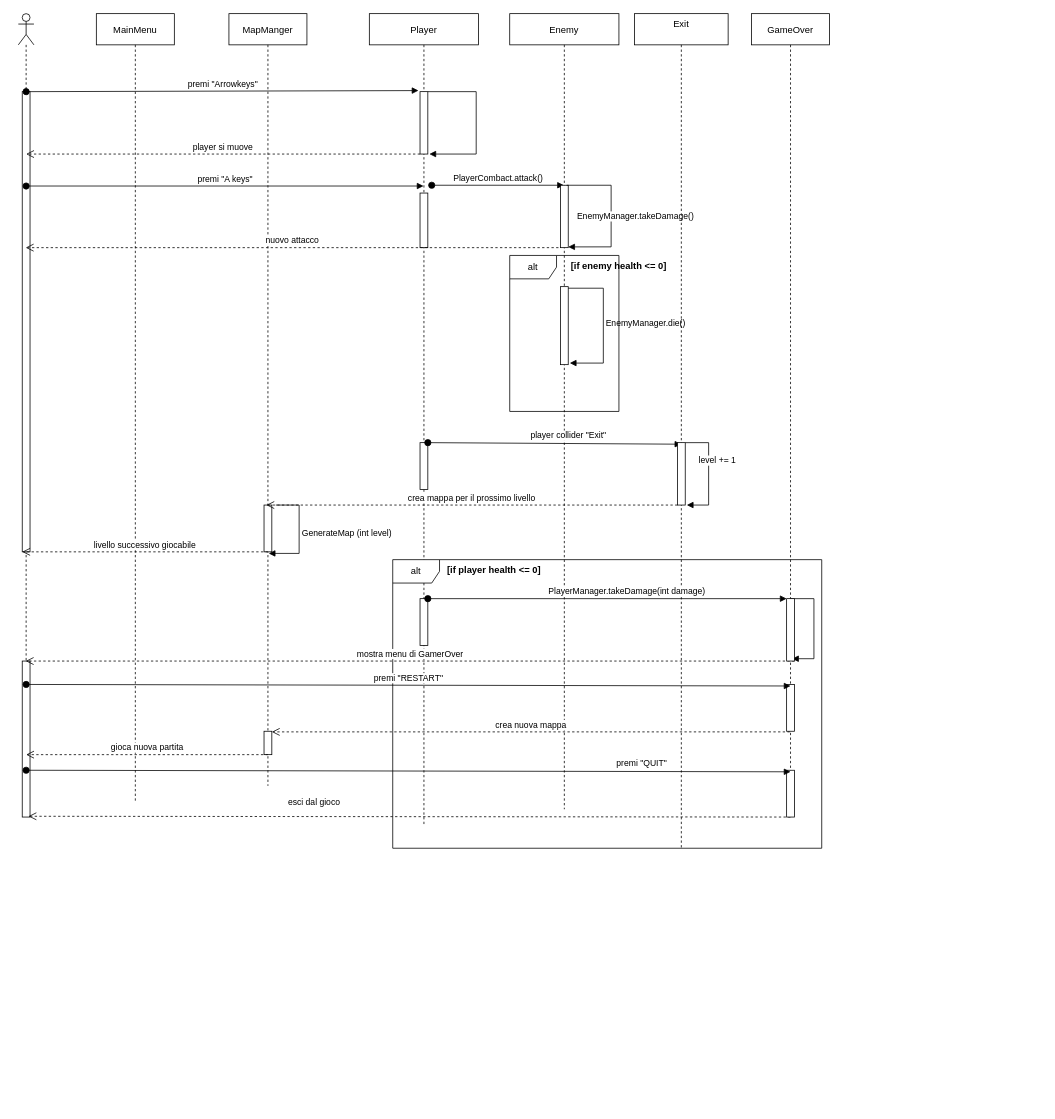
Above: sequence Diagram scene map.drawio in Francesco7760/UNITY_PROJECT_EXAM (draw.io), before the change. Source tidied: cells renumbered, new cells numbered last; positions are measured from the earlier drawing's top-left corner, leaving out a move shared by most shapes. Both pictures are drawn from the tidied source at 78%, with x=0, y=0 at pixel (18, 13).
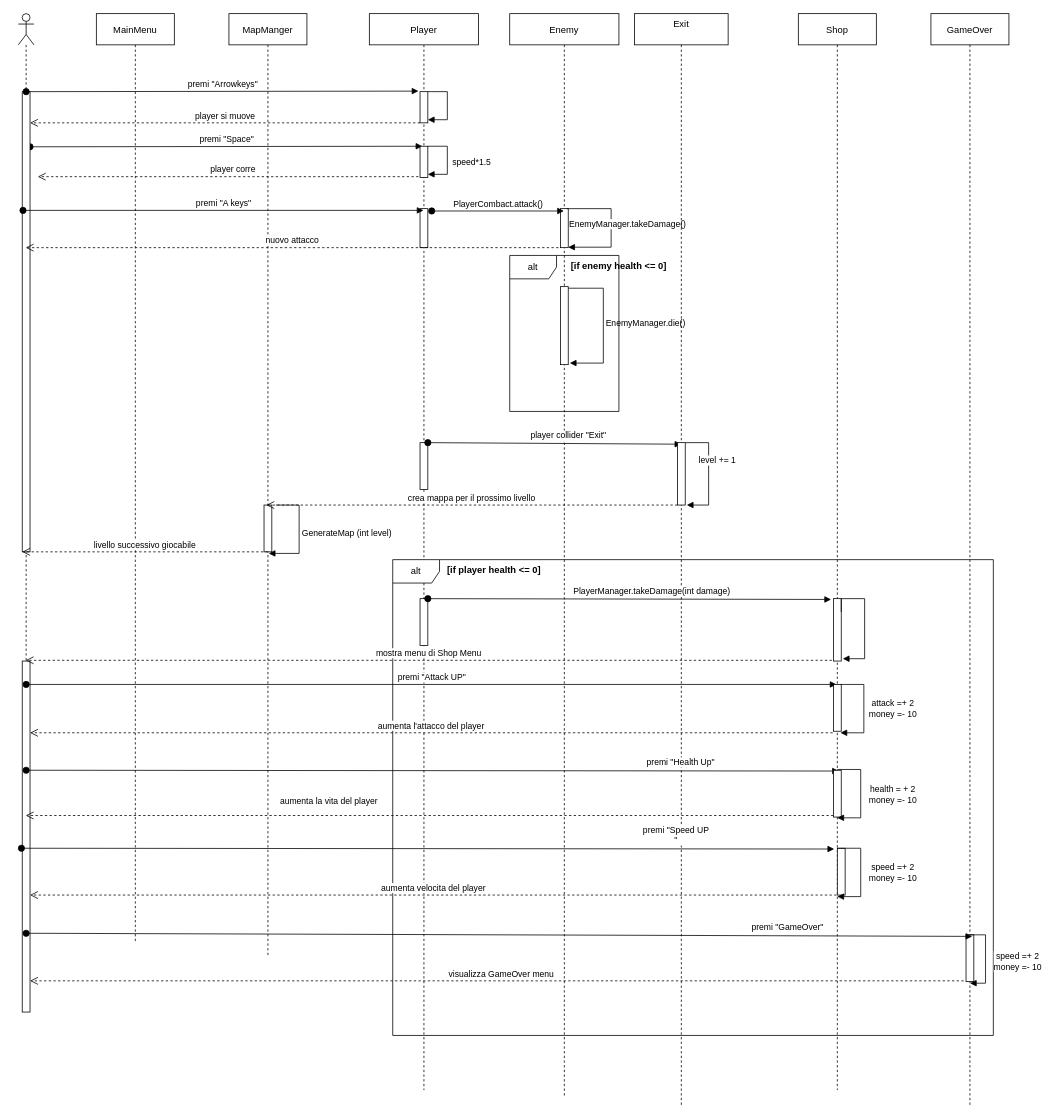
The same diagram, later.

Unchanged cells that the change refers to:
```xml
<mxCell id="21" style="points=[];perimeter=orthogonalPerimeter;rounded=0;shadow=0;strokeWidth=1;" parent="20" vertex="1">
  <mxGeometry x="5" y="100" width="10" height="590" as="geometry" />
</mxCell>
```

What changed in the source:
```diff
@@
     <mxCell id="2" value="MainMenu" style="shape=umlLifeline;perimeter=lifelinePerimeter;rounded=0;shadow=0;strokeWidth=1;" parent="1" vertex="1">
-      <mxGeometry x="100" width="100" height="1010" as="geometry" />
+      <mxGeometry x="100" width="100" height="1190" as="geometry" />
     </mxCell>
+    <mxCell id="51" value="premi &quot;Space&quot;" style="html=1;verticalAlign=bottom;startArrow=oval;startFill=1;endArrow=block;startSize=8;rounded=0;entryX=-0.2;entryY=-0.017;entryDx=0;entryDy=0;entryPerimeter=0;" parent="2" edge="1">
+      <mxGeometry relative="1" as="geometry">
+        <mxPoint x="-85" y="170.7" as="sourcePoint" />
+        <mxPoint x="418" y="170" as="targetPoint" />
+      </mxGeometry>
+    </mxCell>
     <mxCell id="3" value="MapManger" style="shape=umlLifeline;perimeter=lifelinePerimeter;rounded=0;shadow=0;strokeWidth=1;" parent="1" vertex="1">
-      <mxGeometry x="270" width="100" height="990" as="geometry" />
+      <mxGeometry x="270" width="100" height="1210" as="geometry" />
     </mxCell>
@@
+    <mxCell id="52" value="player corre" style="html=1;verticalAlign=bottom;endArrow=open;dashed=1;endSize=8;rounded=0;" parent="3" edge="1">
+      <mxGeometry relative="1" as="geometry">
+        <mxPoint x="255" y="209" as="sourcePoint" />
+        <mxPoint x="-245" y="209" as="targetPoint" />
+        <Array as="points">
+          <mxPoint x="-170" y="209" />
+        </Array>
+      </mxGeometry>
+    </mxCell>
     <mxCell id="5" value="Player" style="shape=umlLifeline;perimeter=lifelinePerimeter;rounded=0;shadow=0;strokeWidth=1;" parent="1" vertex="1">
-      <mxGeometry x="450" width="140" height="1040" as="geometry" />
+      <mxGeometry x="450" width="140" height="1380" as="geometry" />
     </mxCell>
     <mxCell id="6" style="points=[];perimeter=orthogonalPerimeter;rounded=0;shadow=0;strokeWidth=1;" parent="5" vertex="1">
-      <mxGeometry x="65" y="100" width="10" height="80" as="geometry" />
+      <mxGeometry x="65" y="100" width="10" height="40" as="geometry" />
     </mxCell>
     <mxCell id="7" style="perimeter=orthogonalPerimeter;rounded=0;shadow=0;strokeWidth=1;" parent="5" vertex="1">
-      <mxGeometry x="65" y="230" width="10" height="70" as="geometry" />
+      <mxGeometry x="65" y="250" width="10" height="50" as="geometry" />
     </mxCell>
-    <mxCell id="8" value="&lt;div&gt;PlayerCombact.attack()&lt;/div&gt;" style="html=1;verticalAlign=bottom;startArrow=oval;startFill=1;endArrow=block;startSize=8;rounded=0;" parent="5" edge="1" target="11">
-      <mxGeometry relative="1" as="geometry">
-        <mxPoint x="80" y="220" as="sourcePoint" />
-      </mxGeometry>
-    </mxCell>
@@
-    <mxCell id="10" style="edgeStyle=orthogonalEdgeStyle;html=1;align=left;spacingLeft=2;endArrow=block;rounded=0;labelBackgroundColor=default;labelBorderColor=none;" parent="5" edge="1">
+    <mxCell id="10" style="edgeStyle=orthogonalEdgeStyle;html=1;align=left;spacingLeft=2;endArrow=block;rounded=0;labelBackgroundColor=default;labelBorderColor=none;entryX=1;entryY=0.9;entryDx=0;entryDy=0;entryPerimeter=0;" parent="5" edge="1" target="6">
       <mxGeometry relative="1" as="geometry">
         <mxPoint x="75" y="100" as="sourcePoint" />
-        <mxPoint x="77" y="180" as="targetPoint" />
         <Array as="points">
-          <mxPoint x="137" y="100" />
-          <mxPoint x="137" y="180" />
+          <mxPoint x="100" y="100" />
+          <mxPoint x="100" y="136" />
         </Array>
       </mxGeometry>
     </mxCell>
+    <mxCell id="53" style="perimeter=orthogonalPerimeter;rounded=0;shadow=0;strokeWidth=1;" parent="5" vertex="1">
+      <mxGeometry x="65" y="170" width="10" height="40" as="geometry" />
+    </mxCell>
+    <mxCell id="54" style="edgeStyle=orthogonalEdgeStyle;html=1;align=left;spacingLeft=2;endArrow=block;rounded=0;labelBackgroundColor=default;labelBorderColor=none;entryX=1;entryY=0.9;entryDx=0;entryDy=0;entryPerimeter=0;" parent="5" edge="1">
+      <mxGeometry relative="1" as="geometry">
+        <mxPoint x="75" y="170" as="sourcePoint" />
+        <mxPoint x="75" y="206" as="targetPoint" />
+        <Array as="points">
+          <mxPoint x="100" y="170" />
+          <mxPoint x="100" y="206" />
+        </Array>
+      </mxGeometry>
+    </mxCell>
+    <mxCell id="55" value="speed*1.5" style="edgeLabel;html=1;align=center;verticalAlign=middle;" parent="54" vertex="1">
+      <mxGeometry x="-0.21" y="1" relative="1" as="geometry">
+        <mxPoint x="29" y="11" as="offset" />
+      </mxGeometry>
+    </mxCell>
     <mxCell id="11" value="Enemy" style="shape=umlLifeline;perimeter=lifelinePerimeter;rounded=0;shadow=0;strokeWidth=1;" parent="1" vertex="1">
-      <mxGeometry x="630" width="140" height="1020" as="geometry" />
+      <mxGeometry x="630" width="140" height="1390" as="geometry" />
     </mxCell>
     <mxCell id="12" style="points=[];perimeter=orthogonalPerimeter;rounded=0;shadow=0;strokeWidth=1;" parent="11" vertex="1">
-      <mxGeometry x="65" y="220" width="10" height="80" as="geometry" />
+      <mxGeometry x="65" y="250" width="10" height="50" as="geometry" />
     </mxCell>
@@
     <mxCell id="16" style="edgeStyle=orthogonalEdgeStyle;html=1;align=left;spacingLeft=2;endArrow=block;rounded=0;labelBackgroundColor=default;labelBorderColor=none;entryX=1;entryY=0.988;entryDx=0;entryDy=0;entryPerimeter=0;exitX=0.8;exitY=0;exitDx=0;exitDy=0;exitPerimeter=0;" parent="11" edge="1" source="12" target="12">
       <mxGeometry relative="1" as="geometry">
         <Array as="points">
-          <mxPoint x="130" y="220" />
+          <mxPoint x="130" y="250" />
           <mxPoint x="130" y="299" />
         </Array>
       </mxGeometry>
     </mxCell>
     <mxCell id="17" value="EnemyManager.takeDamage()" style="edgeLabel;html=1;align=center;verticalAlign=middle;" parent="16" vertex="1">
       <mxGeometry x="-0.19" y="3" relative="1" as="geometry">
-        <mxPoint x="27" y="19" as="offset" />
+        <mxPoint x="17" y="11" as="offset" />
       </mxGeometry>
     </mxCell>
@@
     <mxCell id="20" style="shape=umlLifeline;participant=umlActor;perimeter=lifelinePerimeter;whiteSpace=wrap;html=1;verticalAlign=top;spacingTop=36;outlineConnect=0;" parent="1" vertex="1">
-      <mxGeometry width="20" height="1030" as="geometry" />
+      <mxGeometry width="20" height="1280" as="geometry" />
     </mxCell>
@@
     <mxCell id="23" style="points=[];perimeter=orthogonalPerimeter;rounded=0;shadow=0;strokeWidth=1;" parent="20" vertex="1">
-      <mxGeometry x="5" y="830" width="10" height="200" as="geometry" />
+      <mxGeometry x="5" y="830" width="10" height="450" as="geometry" />
     </mxCell>
     <mxCell id="24" value="Exit&#10;" style="shape=umlLifeline;perimeter=lifelinePerimeter;rounded=0;shadow=0;strokeWidth=1;" parent="1" vertex="1">
-      <mxGeometry x="790" width="120" height="1070" as="geometry" />
+      <mxGeometry x="790" width="120" height="1400" as="geometry" />
     </mxCell>
@@
     <mxCell id="26" value="&lt;div&gt;alt&lt;/div&gt;" style="shape=umlFrame;whiteSpace=wrap;html=1;direction=east;" parent="24" vertex="1">
-      <mxGeometry x="-310" y="700" width="550" height="370" as="geometry" />
+      <mxGeometry x="-310" y="700" width="770" height="610" as="geometry" />
     </mxCell>
@@
-    <mxCell id="32" value="PlayerManager.takeDamage(int damage)" style="html=1;verticalAlign=bottom;startArrow=oval;startFill=1;endArrow=block;startSize=8;rounded=0;entryX=0;entryY=0;entryDx=0;entryDy=0;entryPerimeter=0;" parent="24" edge="1" target="37">
+    <mxCell id="32" value="PlayerManager.takeDamage(int damage)" style="html=1;verticalAlign=bottom;startArrow=oval;startFill=1;endArrow=block;startSize=8;rounded=0;entryX=-0.3;entryY=0.013;entryDx=0;entryDy=0;entryPerimeter=0;" parent="24" edge="1" target="37">
       <mxGeometry x="0.11" y="1" relative="1" as="geometry">
         <mxPoint x="-265" y="750" as="sourcePoint" />
       </mxGeometry>
     </mxCell>
-    <mxCell id="33" style="edgeStyle=orthogonalEdgeStyle;html=1;align=left;spacingLeft=2;endArrow=block;rounded=0;labelBackgroundColor=default;labelBorderColor=none;" parent="24" edge="1">
-      <mxGeometry relative="1" as="geometry">
-        <mxPoint x="200" y="767" as="sourcePoint" />
-        <mxPoint x="202" y="827" as="targetPoint" />
-        <Array as="points">
-          <mxPoint x="200" y="750" />
-          <mxPoint x="230" y="750" />
-          <mxPoint x="230" y="827" />
-        </Array>
-      </mxGeometry>
-    </mxCell>
-    <mxCell id="34" value="&lt;div&gt;mostra menu di GamerOver&lt;/div&gt;" style="html=1;verticalAlign=bottom;endArrow=open;dashed=1;endSize=8;rounded=0;" parent="24" edge="1" target="20">
-      <mxGeometry relative="1" as="geometry">
-        <mxPoint x="205" y="830" as="sourcePoint" />
-      </mxGeometry>
-    </mxCell>
-    <mxCell id="35" value="esci dal gioco" style="html=1;verticalAlign=bottom;endArrow=open;dashed=1;endSize=8;rounded=0;entryX=0.8;entryY=0.995;entryDx=0;entryDy=0;entryPerimeter=0;" parent="24" edge="1" target="23">
-      <mxGeometry x="0.25" y="-9" relative="1" as="geometry">
-        <mxPoint x="200" y="1030" as="sourcePoint" />
-      </mxGeometry>
-    </mxCell>
+    <mxCell id="56" value="visualizza GameOver menu" style="html=1;verticalAlign=bottom;endArrow=open;dashed=1;endSize=8;rounded=0;exitX=-0.1;exitY=1.033;exitDx=0;exitDy=0;exitPerimeter=0;" parent="24" edge="1" target="23">
+      <mxGeometry relative="1" as="geometry">
+        <mxPoint x="434" y="1240" as="sourcePoint" />
+      </mxGeometry>
+    </mxCell>
     <mxCell id="36" value="GameOver" style="shape=umlLifeline;perimeter=lifelinePerimeter;rounded=0;shadow=0;strokeWidth=1;" parent="1" vertex="1">
-      <mxGeometry x="940" width="100" height="1030" as="geometry" />
+      <mxGeometry x="1170" width="100" height="1400" as="geometry" />
     </mxCell>
-    <mxCell id="37" style="points=[];perimeter=orthogonalPerimeter;rounded=0;shadow=0;strokeWidth=1;" parent="36" vertex="1">
-      <mxGeometry x="45" y="750" width="10" height="80" as="geometry" />
-    </mxCell>
-    <mxCell id="38" style="points=[];perimeter=orthogonalPerimeter;rounded=0;shadow=0;strokeWidth=1;" parent="36" vertex="1">
-      <mxGeometry x="45" y="860" width="10" height="60" as="geometry" />
-    </mxCell>
-    <mxCell id="39" style="points=[];perimeter=orthogonalPerimeter;rounded=0;shadow=0;strokeWidth=1;" parent="36" vertex="1">
-      <mxGeometry x="45" y="970" width="10" height="60" as="geometry" />
-    </mxCell>
+    <mxCell id="57" style="perimeter=orthogonalPerimeter;rounded=0;shadow=0;strokeWidth=1;" parent="36" vertex="1">
+      <mxGeometry x="45" y="1181" width="10" height="60" as="geometry" />
+    </mxCell>
+    <mxCell id="58" style="edgeStyle=orthogonalEdgeStyle;html=1;align=left;spacingLeft=2;endArrow=block;rounded=0;labelBackgroundColor=default;labelBorderColor=none;" parent="36" edge="1">
+      <mxGeometry relative="1" as="geometry">
+        <mxPoint x="50" y="1181" as="sourcePoint" />
+        <mxPoint x="50" y="1243" as="targetPoint" />
+        <Array as="points">
+          <mxPoint x="70" y="1181" />
+          <mxPoint x="70" y="1243" />
+        </Array>
+      </mxGeometry>
+    </mxCell>
+    <mxCell id="59" value="&lt;div&gt;speed =+ 2&lt;/div&gt;&lt;div&gt;money =- 10&lt;br&gt;&lt;/div&gt;" style="edgeLabel;html=1;align=center;verticalAlign=middle;" parent="58" vertex="1">
+      <mxGeometry x="-0.28" y="2" relative="1" as="geometry">
+        <mxPoint x="38" y="16" as="offset" />
+      </mxGeometry>
+    </mxCell>
@@
-    <mxCell id="41" value="player si muove" style="html=1;verticalAlign=bottom;endArrow=open;dashed=1;endSize=8;rounded=0;" parent="1" edge="1" source="6">
+    <mxCell id="41" value="player si muove" style="html=1;verticalAlign=bottom;endArrow=open;dashed=1;endSize=8;rounded=0;" parent="1" edge="1" source="6" target="21">
       <mxGeometry relative="1" as="geometry">
-        <mxPoint x="10" y="180" as="targetPoint" />
+        <Array as="points">
+          <mxPoint x="90" y="140" />
+        </Array>
       </mxGeometry>
     </mxCell>
-    <mxCell id="42" value="&lt;div&gt;premi &quot;A keys&quot;&lt;/div&gt;" style="html=1;verticalAlign=bottom;startArrow=oval;startFill=1;endArrow=block;startSize=8;rounded=0;" parent="1" edge="1" target="5">
-      <mxGeometry relative="1" as="geometry">
-        <mxPoint x="10" y="221" as="sourcePoint" />
-      </mxGeometry>
+    <mxCell id="42" value="&lt;div&gt;premi &quot;A keys&quot;&lt;/div&gt;" style="html=1;verticalAlign=bottom;startArrow=oval;startFill=1;endArrow=block;startSize=8;rounded=0;exitX=0.1;exitY=0.258;exitDx=0;exitDy=0;exitPerimeter=0;" parent="1" edge="1" source="21" target="5">
+      <mxGeometry relative="1" as="geometry" />
     </mxCell>
@@
-    <mxCell id="46" value="premi &quot;RESTART&quot;" style="html=1;verticalAlign=bottom;startArrow=oval;startFill=1;endArrow=block;startSize=8;rounded=0;entryX=0.5;entryY=0.033;entryDx=0;entryDy=0;entryPerimeter=0;" parent="1" edge="1" target="38">
+    <mxCell id="46" value="premi &quot;Attack UP&quot;" style="html=1;verticalAlign=bottom;startArrow=oval;startFill=1;endArrow=block;startSize=8;rounded=0;entryX=0.4;entryY=0;entryDx=0;entryDy=0;entryPerimeter=0;" parent="1" edge="1" target="38">
       <mxGeometry relative="1" as="geometry">
         <mxPoint x="10" y="860" as="sourcePoint" />
       </mxGeometry>
     </mxCell>
-    <mxCell id="47" style="points=[];perimeter=orthogonalPerimeter;rounded=0;shadow=0;strokeWidth=1;" parent="1" vertex="1">
-      <mxGeometry x="315" y="920" width="10" height="30" as="geometry" />
-    </mxCell>
-    <mxCell id="48" value="&lt;div&gt;crea nuova mappa&lt;/div&gt;" style="html=1;verticalAlign=bottom;endArrow=open;dashed=1;endSize=8;rounded=0;exitX=0.49;exitY=0.894;exitDx=0;exitDy=0;exitPerimeter=0;" parent="1" edge="1" source="36" target="47">
+    <mxCell id="48" value="aumenta l'attacco del player" style="html=1;verticalAlign=bottom;endArrow=open;dashed=1;endSize=8;rounded=0;exitX=-0.1;exitY=1.033;exitDx=0;exitDy=0;exitPerimeter=0;" parent="1" edge="1" source="38" target="23">
       <mxGeometry relative="1" as="geometry" />
     </mxCell>
-    <mxCell id="49" value="gioca nuova partita" style="html=1;verticalAlign=bottom;endArrow=open;dashed=1;endSize=8;rounded=0;" parent="1" edge="1">
-      <mxGeometry relative="1" as="geometry">
-        <mxPoint x="320" y="950" as="sourcePoint" />
-        <mxPoint x="10" y="950" as="targetPoint" />
-      </mxGeometry>
-    </mxCell>
-    <mxCell id="50" value="premi &quot;QUIT&quot;" style="html=1;verticalAlign=bottom;startArrow=oval;startFill=1;endArrow=block;startSize=8;rounded=0;entryX=0.5;entryY=0.033;entryDx=0;entryDy=0;entryPerimeter=0;" parent="1" edge="1">
+    <mxCell id="50" value="premi &quot;Health Up&quot;" style="html=1;verticalAlign=bottom;startArrow=oval;startFill=1;endArrow=block;startSize=8;rounded=0;entryX=0.7;entryY=0.017;entryDx=0;entryDy=0;entryPerimeter=0;" parent="1" edge="1" target="39">
       <mxGeometry x="0.61" y="2" relative="1" as="geometry">
         <mxPoint x="10" y="970" as="sourcePoint" />
-        <mxPoint x="990" y="972" as="targetPoint" />
       </mxGeometry>
     </mxCell>
+    <mxCell id="34" value="&lt;div&gt;mostra menu di Shop Menu&lt;br&gt;&lt;/div&gt;" style="html=1;verticalAlign=bottom;endArrow=open;dashed=1;endSize=8;rounded=0;exitX=-0.2;exitY=0.988;exitDx=0;exitDy=0;exitPerimeter=0;" parent="1" edge="1" source="37" target="20">
+      <mxGeometry relative="1" as="geometry" />
+    </mxCell>
+    <mxCell id="35" value="aumenta la vita del player" style="html=1;verticalAlign=bottom;endArrow=open;dashed=1;endSize=8;rounded=0;exitX=0;exitY=0.967;exitDx=0;exitDy=0;exitPerimeter=0;" parent="1" edge="1" source="39" target="20">
+      <mxGeometry x="0.25" y="-9" relative="1" as="geometry" />
+    </mxCell>
+    <mxCell id="60" value="Shop" style="shape=umlLifeline;perimeter=lifelinePerimeter;rounded=0;shadow=0;strokeWidth=1;" parent="1" vertex="1">
+      <mxGeometry x="1000" width="100" height="1380" as="geometry" />
+    </mxCell>
+    <mxCell id="37" style="points=[];perimeter=orthogonalPerimeter;rounded=0;shadow=0;strokeWidth=1;" parent="60" vertex="1">
+      <mxGeometry x="45" y="750" width="10" height="80" as="geometry" />
+    </mxCell>
+    <mxCell id="38" style="points=[];perimeter=orthogonalPerimeter;rounded=0;shadow=0;strokeWidth=1;" parent="60" vertex="1">
+      <mxGeometry x="45" y="860" width="10" height="60" as="geometry" />
+    </mxCell>
+    <mxCell id="39" style="points=[];perimeter=orthogonalPerimeter;rounded=0;shadow=0;strokeWidth=1;" parent="60" vertex="1">
+      <mxGeometry x="45" y="970" width="10" height="60" as="geometry" />
+    </mxCell>
+    <mxCell id="61" style="edgeStyle=orthogonalEdgeStyle;html=1;align=left;spacingLeft=2;endArrow=block;rounded=0;labelBackgroundColor=default;labelBorderColor=none;" parent="60" edge="1">
+      <mxGeometry relative="1" as="geometry">
+        <mxPoint x="54" y="860" as="sourcePoint" />
+        <mxPoint x="54" y="922" as="targetPoint" />
+        <Array as="points">
+          <mxPoint x="84" y="860" />
+          <mxPoint x="84" y="922" />
+        </Array>
+      </mxGeometry>
+    </mxCell>
+    <mxCell id="62" value="&lt;div&gt;attack =+ 2&lt;/div&gt;&lt;div&gt;money =- 10&lt;br&gt;&lt;/div&gt;" style="edgeLabel;html=1;align=center;verticalAlign=middle;" parent="61" vertex="1">
+      <mxGeometry x="-0.3" y="2" relative="1" as="geometry">
+        <mxPoint x="34" y="17" as="offset" />
+      </mxGeometry>
+    </mxCell>
+    <mxCell id="63" style="edgeStyle=orthogonalEdgeStyle;html=1;align=left;spacingLeft=2;endArrow=block;rounded=0;labelBackgroundColor=default;labelBorderColor=none;" parent="60" edge="1">
+      <mxGeometry relative="1" as="geometry">
+        <mxPoint x="55" y="767" as="sourcePoint" />
+        <mxPoint x="57" y="827" as="targetPoint" />
+        <Array as="points">
+          <mxPoint x="55" y="750" />
+          <mxPoint x="85" y="750" />
+          <mxPoint x="85" y="827" />
+        </Array>
+      </mxGeometry>
+    </mxCell>
+    <mxCell id="64" style="perimeter=orthogonalPerimeter;rounded=0;shadow=0;strokeWidth=1;" parent="60" vertex="1">
+      <mxGeometry x="50" y="1070" width="10" height="60" as="geometry" />
+    </mxCell>
+    <mxCell id="65" style="edgeStyle=orthogonalEdgeStyle;html=1;align=left;spacingLeft=2;endArrow=block;rounded=0;labelBackgroundColor=default;labelBorderColor=none;" parent="60" edge="1">
+      <mxGeometry relative="1" as="geometry">
+        <mxPoint x="50" y="969" as="sourcePoint" />
+        <mxPoint x="50" y="1031" as="targetPoint" />
+        <Array as="points">
+          <mxPoint x="80" y="969" />
+          <mxPoint x="80" y="1031" />
+        </Array>
+      </mxGeometry>
+    </mxCell>
+    <mxCell id="66" value="&lt;div&gt;health = + 2&lt;/div&gt;&lt;div&gt;money =- 10&lt;br&gt;&lt;/div&gt;" style="edgeLabel;html=1;align=center;verticalAlign=middle;" parent="65" vertex="1">
+      <mxGeometry x="-0.16" relative="1" as="geometry">
+        <mxPoint x="40" y="10" as="offset" />
+      </mxGeometry>
+    </mxCell>
+    <mxCell id="67" style="edgeStyle=orthogonalEdgeStyle;html=1;align=left;spacingLeft=2;endArrow=block;rounded=0;labelBackgroundColor=default;labelBorderColor=none;" parent="60" edge="1">
+      <mxGeometry relative="1" as="geometry">
+        <mxPoint x="50" y="1070" as="sourcePoint" />
+        <mxPoint x="50" y="1132" as="targetPoint" />
+        <Array as="points">
+          <mxPoint x="80" y="1070" />
+          <mxPoint x="80" y="1132" />
+        </Array>
+      </mxGeometry>
+    </mxCell>
+    <mxCell id="68" value="&lt;div&gt;speed =+ 2&lt;/div&gt;&lt;div&gt;money =- 10&lt;br&gt;&lt;/div&gt;" style="edgeLabel;html=1;align=center;verticalAlign=middle;" parent="67" vertex="1">
+      <mxGeometry x="-0.28" y="2" relative="1" as="geometry">
+        <mxPoint x="38" y="16" as="offset" />
+      </mxGeometry>
+    </mxCell>
+    <mxCell id="69" value="&lt;div&gt;premi &quot;Speed UP&lt;/div&gt;&lt;div&gt;&quot;&lt;/div&gt;" style="html=1;verticalAlign=bottom;startArrow=oval;startFill=1;endArrow=block;startSize=8;rounded=0;entryX=0.7;entryY=0.017;entryDx=0;entryDy=0;entryPerimeter=0;" parent="1" edge="1">
+      <mxGeometry x="0.61" y="2" relative="1" as="geometry">
+        <mxPoint x="4" y="1070" as="sourcePoint" />
+        <mxPoint x="1046" y="1071" as="targetPoint" />
+      </mxGeometry>
+    </mxCell>
+    <mxCell id="70" value="aumenta velocita del player" style="html=1;verticalAlign=bottom;endArrow=open;dashed=1;endSize=8;rounded=0;exitX=-0.1;exitY=1.033;exitDx=0;exitDy=0;exitPerimeter=0;" parent="1" edge="1" target="23">
+      <mxGeometry relative="1" as="geometry">
+        <mxPoint x="1049" y="1130" as="sourcePoint" />
+      </mxGeometry>
+    </mxCell>
+    <mxCell id="71" value="&lt;div&gt;premi &quot;GameOver&quot;&lt;/div&gt;" style="html=1;verticalAlign=bottom;startArrow=oval;startFill=1;endArrow=block;startSize=8;rounded=0;entryX=0.53;entryY=0.845;entryDx=0;entryDy=0;entryPerimeter=0;" parent="1" edge="1" target="36">
+      <mxGeometry x="0.61" y="2" relative="1" as="geometry">
+        <mxPoint x="10" y="1179" as="sourcePoint" />
+      </mxGeometry>
+    </mxCell>
+    <mxCell id="8" value="&lt;div&gt;PlayerCombact.attack()&lt;/div&gt;" style="html=1;verticalAlign=bottom;startArrow=oval;startFill=1;endArrow=block;startSize=8;rounded=0;" parent="1" edge="1" target="11">
+      <mxGeometry relative="1" as="geometry">
+        <mxPoint x="530" y="253" as="sourcePoint" />
+      </mxGeometry>
+    </mxCell>
```
